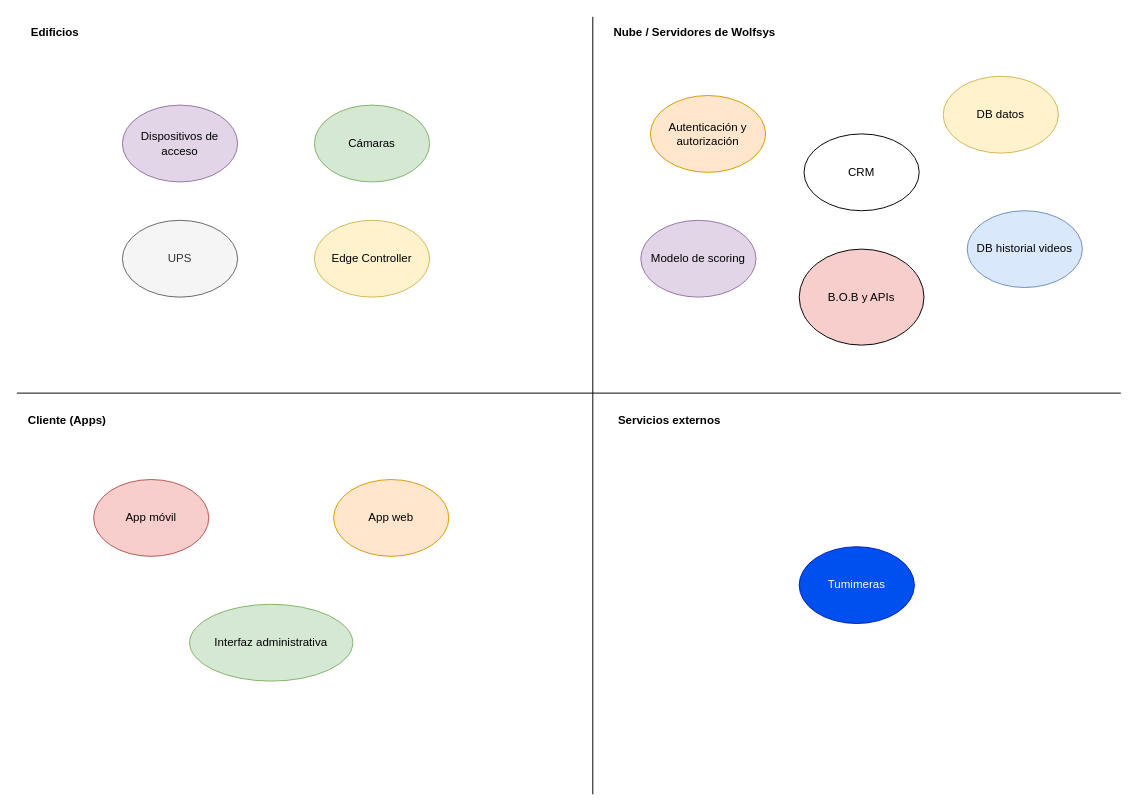
Earlier version of the draw.io diagram Documentación de la arquitectura/Diagramas/Editables-drawio/Diagrama-de-locacion.drawio (LIMoreno04/Caso-de-estudio---WolfSys---Arquitectura). Source tidied: cells renumbered, new cells numbered last; positions are measured from the earlier drawing's top-left corner, leaving out a move shared by most shapes. Both pictures are drawn from the tidied source at 96%, with x=0, y=0 at pixel (16, 16).
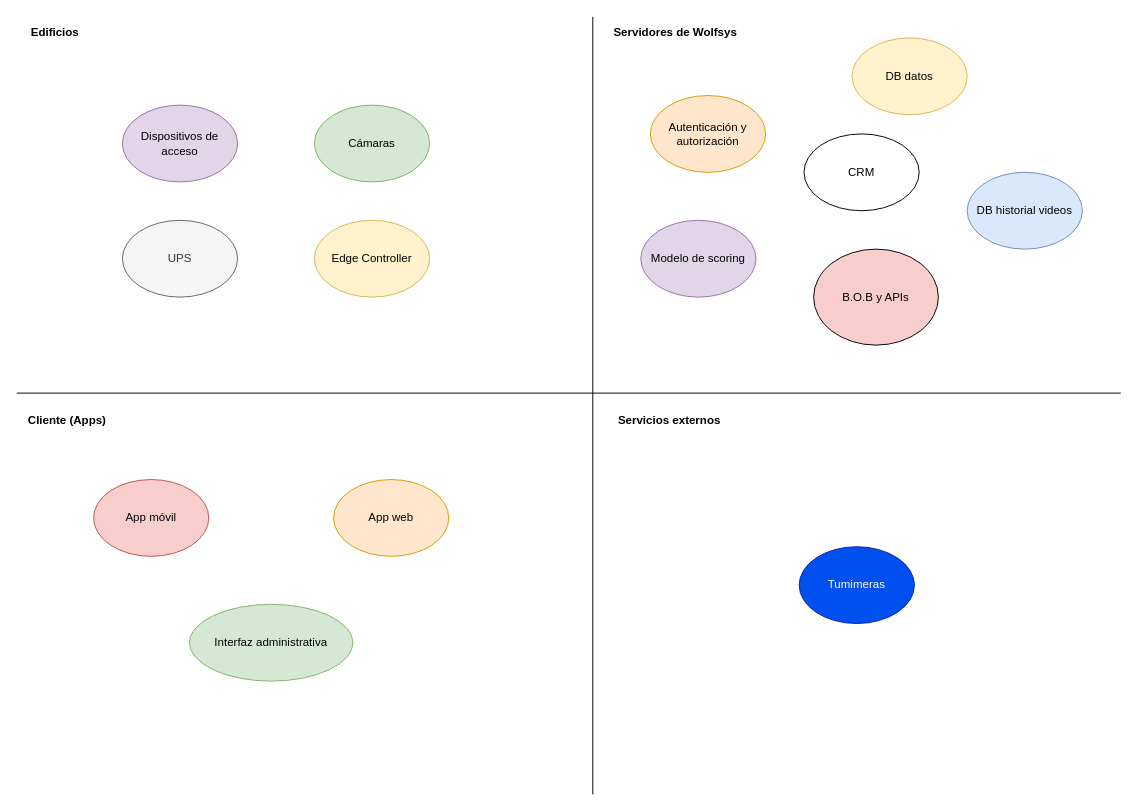
The same page after the edit.

The edit, as a diff of the source:
```diff
@@
-    <mxCell id="5" value="Nube / Servidores de Wolfsys" style="text;html=1;align=left;verticalAlign=middle;whiteSpace=wrap;rounded=0;fontStyle=1;" parent="1" vertex="1">
+    <mxCell id="5" value="Servidores de Wolfsys" style="text;html=1;align=left;verticalAlign=middle;whiteSpace=wrap;rounded=0;fontStyle=1;" parent="1" vertex="1">
       <mxGeometry x="620" y="2" width="210" height="30" as="geometry" />
     </mxCell>
@@
     <mxCell id="7" value="B.O.B y APIs" style="shape=ellipse;fillColor=#f8cecc;" parent="1" vertex="1">
-      <mxGeometry x="815" y="242" width="130" height="100" as="geometry" />
+      <mxGeometry x="830" y="242" width="130" height="100" as="geometry" />
     </mxCell>
@@
     <mxCell id="16" value="DB datos" style="ellipse;whiteSpace=wrap;html=1;fillColor=#fff2cc;strokeColor=#d6b656;" parent="1" vertex="1">
-      <mxGeometry x="965" y="62" width="120" height="80" as="geometry" />
+      <mxGeometry x="870" y="22" width="120" height="80" as="geometry" />
     </mxCell>
@@
     <mxCell id="19" value="DB historial videos" style="ellipse;whiteSpace=wrap;html=1;fillColor=#dae8fc;strokeColor=#6c8ebf;" parent="1" vertex="1">
-      <mxGeometry x="990" y="202" width="120" height="80" as="geometry" />
+      <mxGeometry x="990" y="162" width="120" height="80" as="geometry" />
     </mxCell>
```
